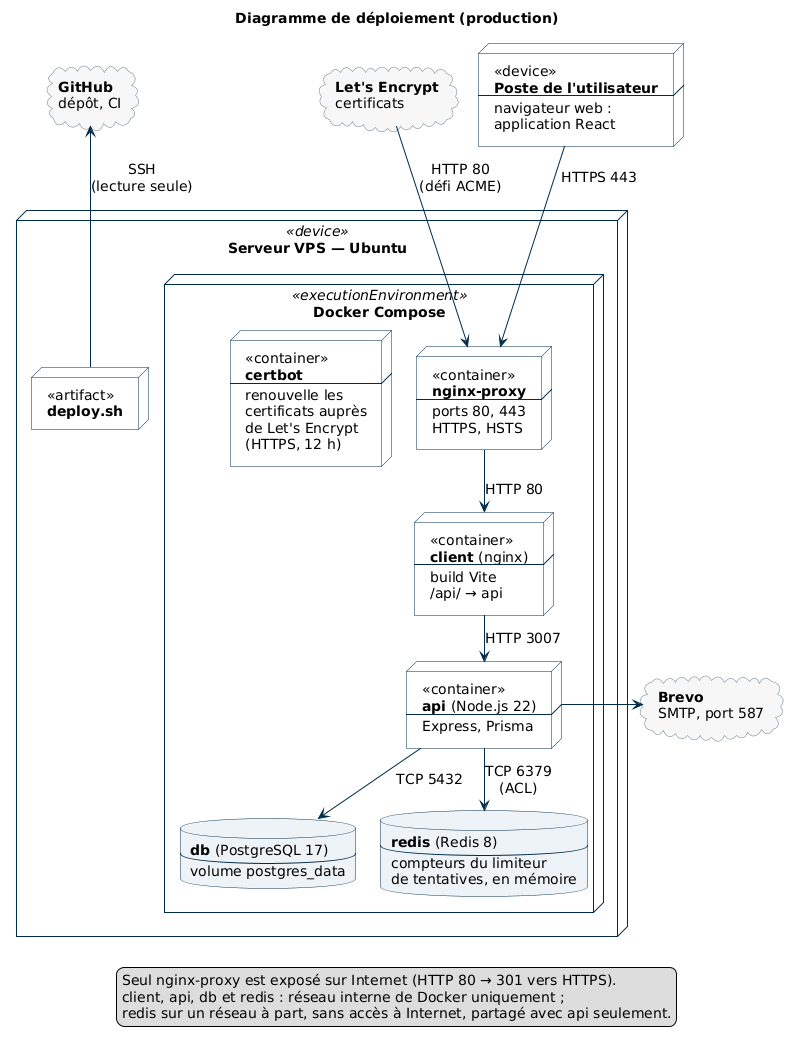
The PlantUML diagram docs/diagrammes/deploiement.png in MehdiCherki/Lapince, before a commit.
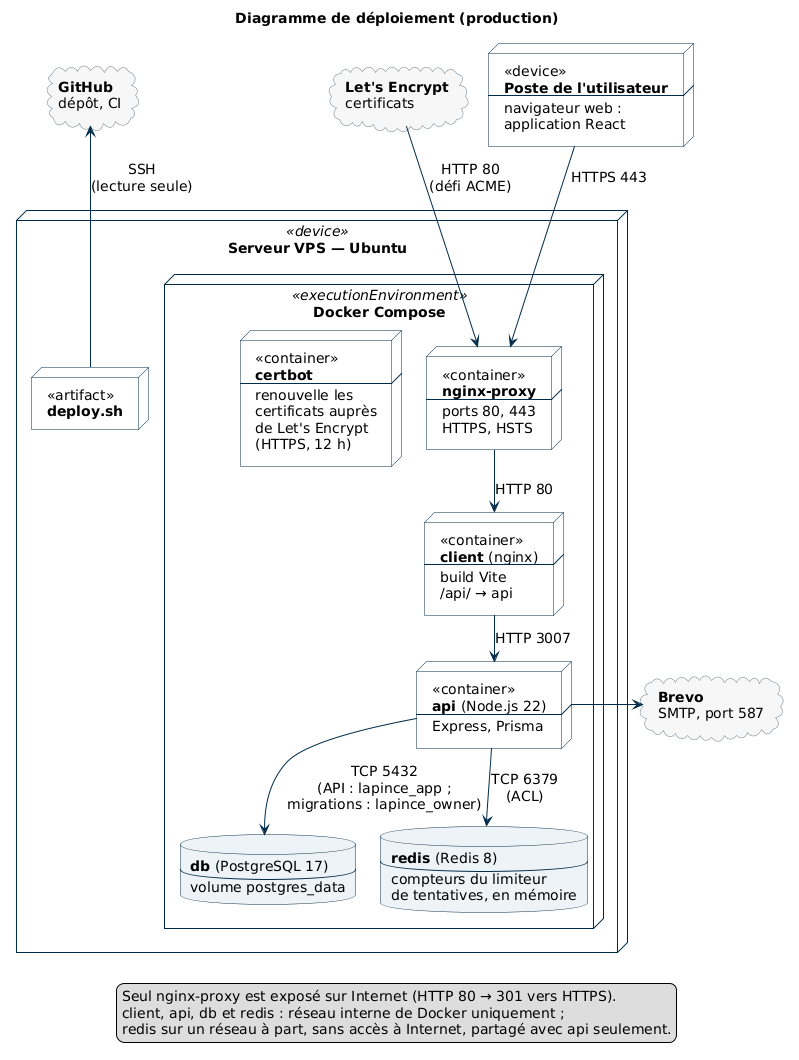
Above is the later version.

What changed in the source:
```diff
@@ -99,7 +99,7 @@
 proxy -[hidden]left- certbot
 proxy -down-> client : HTTP 80
 client -down-> api : HTTP 3007
-api -down-> db : TCP 5432
+api -down-> db : TCP 5432\n(API : lapince_app ;\nmigrations : lapince_owner)
 api -down-> redis : TCP 6379\n(ACL)
 api -right-> brevo
 
```
